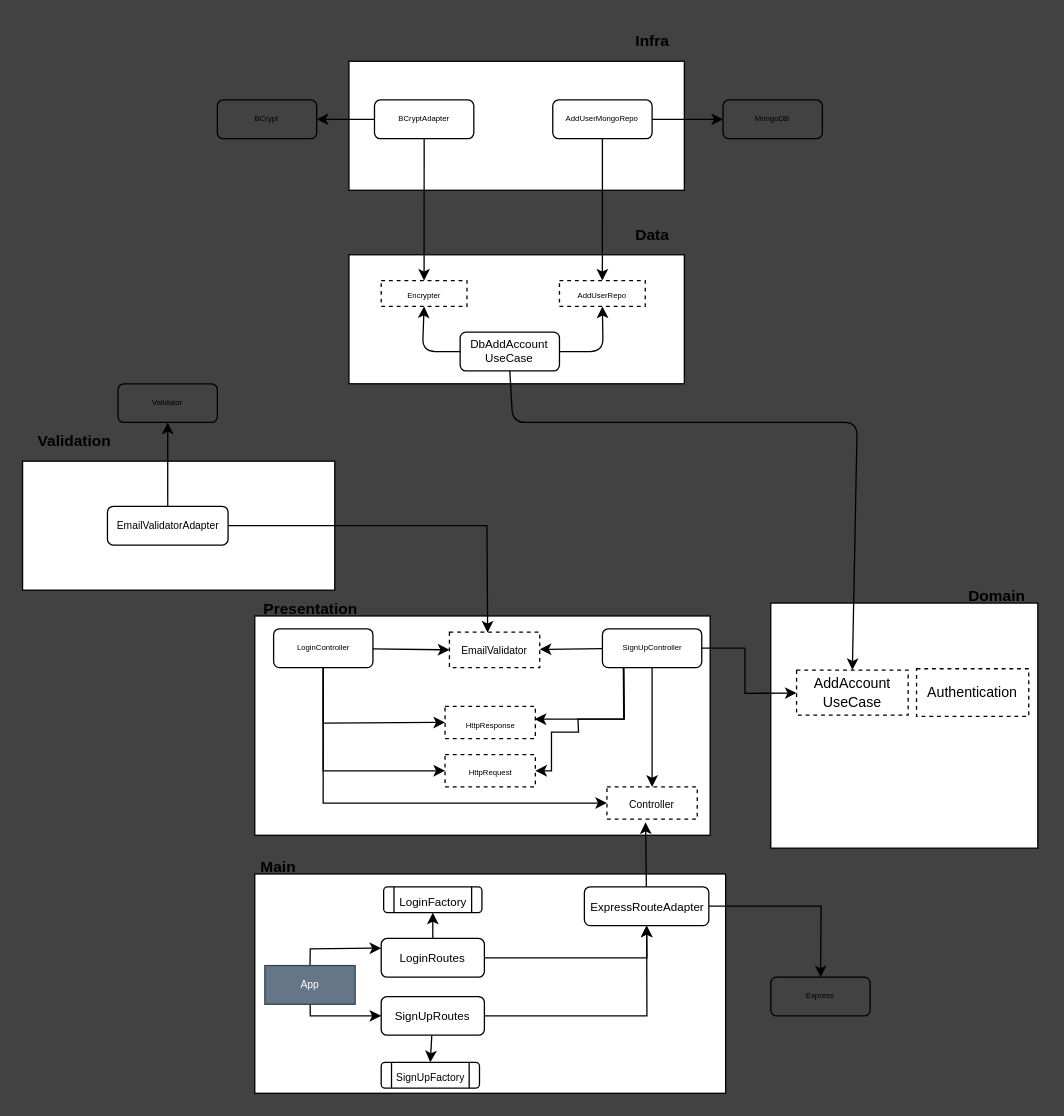
Earlier version of the draw.io diagram docs/architecture.drawio (rafaelxvr/authentication-api). Source tidied: cells renumbered, new cells numbered last; positions are measured from the earlier drawing's top-left corner, leaving out a move shared by most shapes. Both pictures are drawn from the tidied source at 129%, with x=0, y=0 at pixel (22, 22).
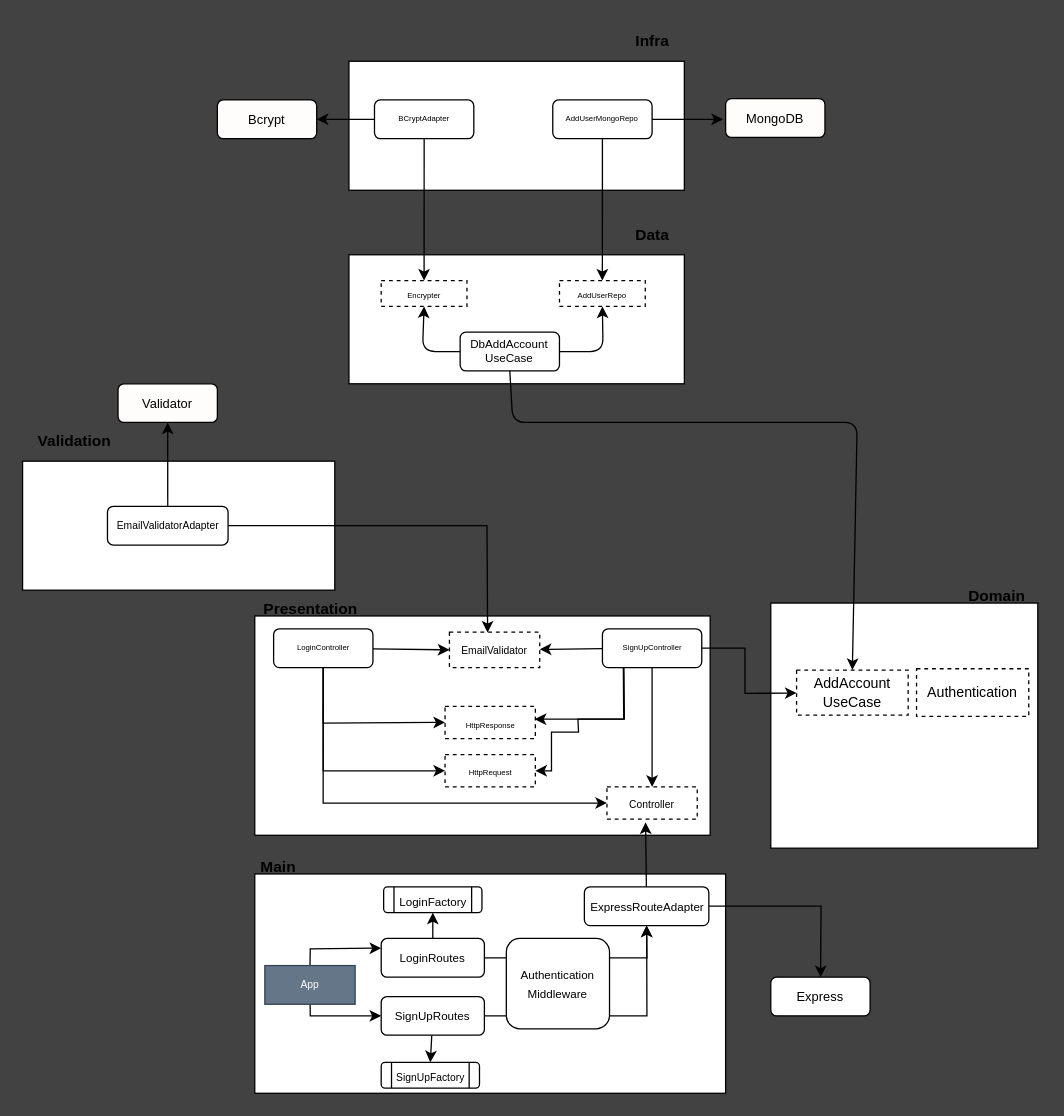
After the change.

Commit message:
docs: update architecture diagram

The change refers to these unchanged cells:
```xml
<mxCell id="30" value="BCryptAdapter" style="rounded=1;whiteSpace=wrap;html=1;labelBorderColor=none;strokeColor=default;fontSize=6;fillColor=none;glass=0;" parent="1" vertex="1">
  <mxGeometry x="272.8" y="60" width="77" height="30" as="geometry" />
</mxCell>
<mxCell id="33" value="AddUserMongoRepo" style="rounded=1;whiteSpace=wrap;html=1;labelBorderColor=none;strokeColor=default;fontSize=6;fillColor=none;glass=0;" parent="1" vertex="1">
  <mxGeometry x="411" y="60" width="77" height="30" as="geometry" />
</mxCell>
```

What changed in the source:
```diff
@@
-    <mxCell id="26" value="Validator" style="rounded=1;whiteSpace=wrap;html=1;labelBorderColor=none;strokeColor=default;fontSize=6;fillColor=none;glass=0;" parent="1" vertex="1">
+    <mxCell id="26" value="&lt;font color=&quot;#000000&quot; style=&quot;font-size: 10px;&quot;&gt;Validator&lt;/font&gt;" style="rounded=1;whiteSpace=wrap;html=1;labelBorderColor=none;strokeColor=default;fontSize=6;fillColor=#FFFDFC;glass=0;" parent="1" vertex="1">
       <mxGeometry x="74" y="280" width="77" height="30" as="geometry" />
     </mxCell>
-    <mxCell id="27" value="BCrypt" style="rounded=1;whiteSpace=wrap;html=1;labelBorderColor=none;strokeColor=default;fontSize=6;fillColor=none;glass=0;" parent="1" vertex="1">
-      <mxGeometry x="151" y="60" width="77" height="30" as="geometry" />
-    </mxCell>
@@
-    <mxCell id="29" style="edgeStyle=none;html=1;exitX=0;exitY=0.5;exitDx=0;exitDy=0;entryX=1;entryY=0.5;entryDx=0;entryDy=0;fontSize=6;" parent="1" edge="1" source="30" target="27">
-      <mxGeometry relative="1" as="geometry" />
+    <mxCell id="29" style="edgeStyle=none;html=1;exitX=0;exitY=0.5;exitDx=0;exitDy=0;entryX=1;entryY=0.5;entryDx=0;entryDy=0;fontSize=6;" parent="1" edge="1" source="30">
+      <mxGeometry relative="1" as="geometry">
+        <mxPoint x="228" y="75" as="targetPoint" />
+      </mxGeometry>
     </mxCell>
@@
-    <mxCell id="32" style="edgeStyle=none;html=1;exitX=1;exitY=0.5;exitDx=0;exitDy=0;entryX=0;entryY=0.5;entryDx=0;entryDy=0;fontSize=6;" parent="1" edge="1" source="33" target="34">
-      <mxGeometry relative="1" as="geometry" />
+    <mxCell id="32" style="edgeStyle=none;html=1;exitX=1;exitY=0.5;exitDx=0;exitDy=0;entryX=0;entryY=0.5;entryDx=0;entryDy=0;fontSize=6;" parent="1" edge="1" source="33">
+      <mxGeometry relative="1" as="geometry">
+        <mxPoint x="543" y="75" as="targetPoint" />
+      </mxGeometry>
     </mxCell>
@@
-    <mxCell id="34" value="MongoDB" style="rounded=1;whiteSpace=wrap;html=1;labelBorderColor=none;strokeColor=default;fontSize=6;fillColor=none;glass=0;" parent="1" vertex="1">
-      <mxGeometry x="543" y="60" width="77" height="30" as="geometry" />
-    </mxCell>
@@
-    <mxCell id="43" value="Express" style="rounded=1;whiteSpace=wrap;html=1;labelBorderColor=none;strokeColor=default;fontSize=6;fillColor=none;glass=0;" parent="1" vertex="1">
+    <mxCell id="43" value="&lt;font style=&quot;font-size: 10px;&quot; color=&quot;#000000&quot;&gt;Express&lt;/font&gt;" style="rounded=1;whiteSpace=wrap;html=1;labelBorderColor=none;strokeColor=default;fontSize=6;fillColor=#FFFFFF;glass=0;" parent="1" vertex="1">
       <mxGeometry x="580" y="740" width="77" height="30" as="geometry" />
     </mxCell>
@@
+    <mxCell id="64" value="&lt;font style=&quot;font-size: 9px;&quot;&gt;Authentication Middleware&lt;br&gt;&lt;/font&gt;" style="rounded=1;whiteSpace=wrap;html=1;" parent="1" vertex="1">
+      <mxGeometry x="375" y="710" width="80" height="70" as="geometry" />
+    </mxCell>
+    <mxCell id="65" value="&lt;font color=&quot;#000000&quot; style=&quot;font-size: 10px;&quot;&gt;Bcrypt&lt;/font&gt;" style="rounded=1;whiteSpace=wrap;html=1;labelBorderColor=none;strokeColor=default;fontSize=6;fillColor=#FFFDFC;glass=0;" parent="1" vertex="1">
+      <mxGeometry x="151" y="60" width="77" height="30" as="geometry" />
+    </mxCell>
+    <mxCell id="34" value="&lt;font color=&quot;#000000&quot; style=&quot;font-size: 10px;&quot;&gt;MongoDB&lt;/font&gt;" style="rounded=1;whiteSpace=wrap;html=1;labelBorderColor=none;strokeColor=default;fontSize=6;fillColor=#FFFDFC;glass=0;" parent="1" vertex="1">
+      <mxGeometry x="545" y="59" width="77" height="30" as="geometry" />
+    </mxCell>
```
